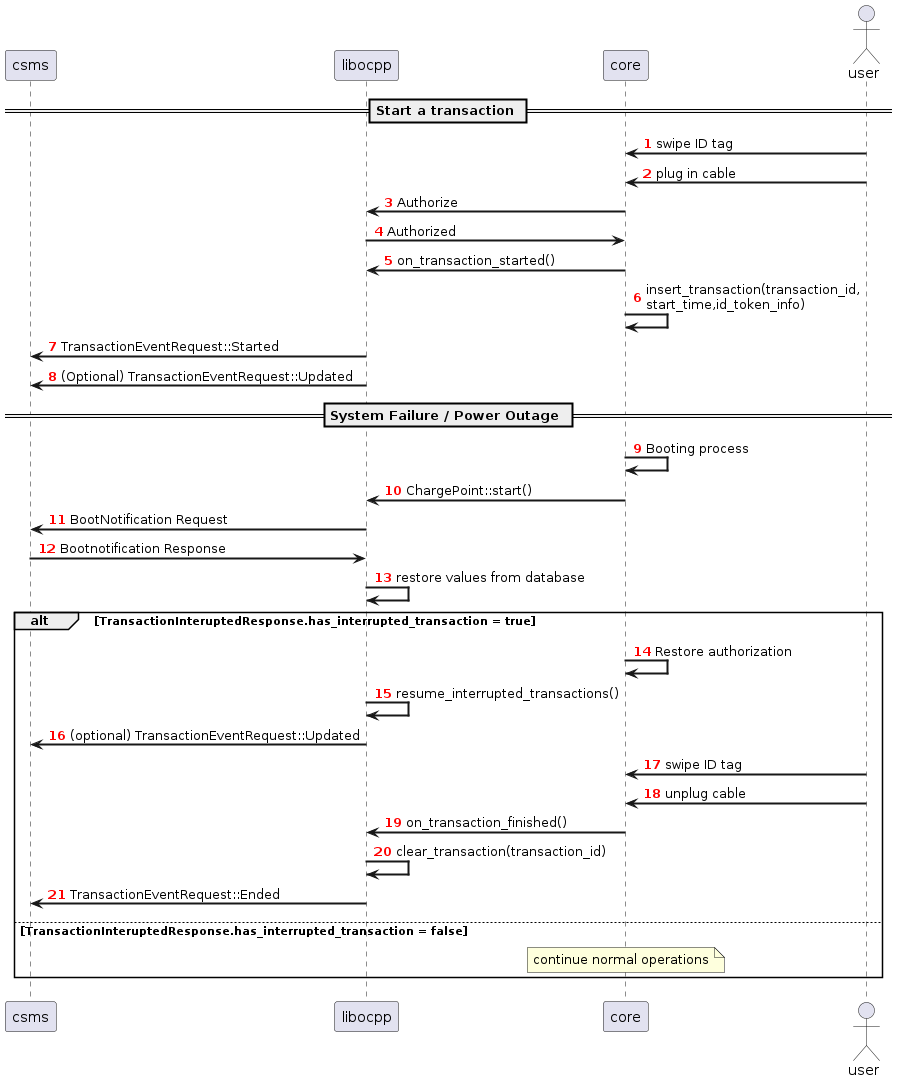
Above: doc/resumeInterruptedTransactions/resumeInterruptedTransactions.png in EVerest/libocpp (PlantUML), before the change.
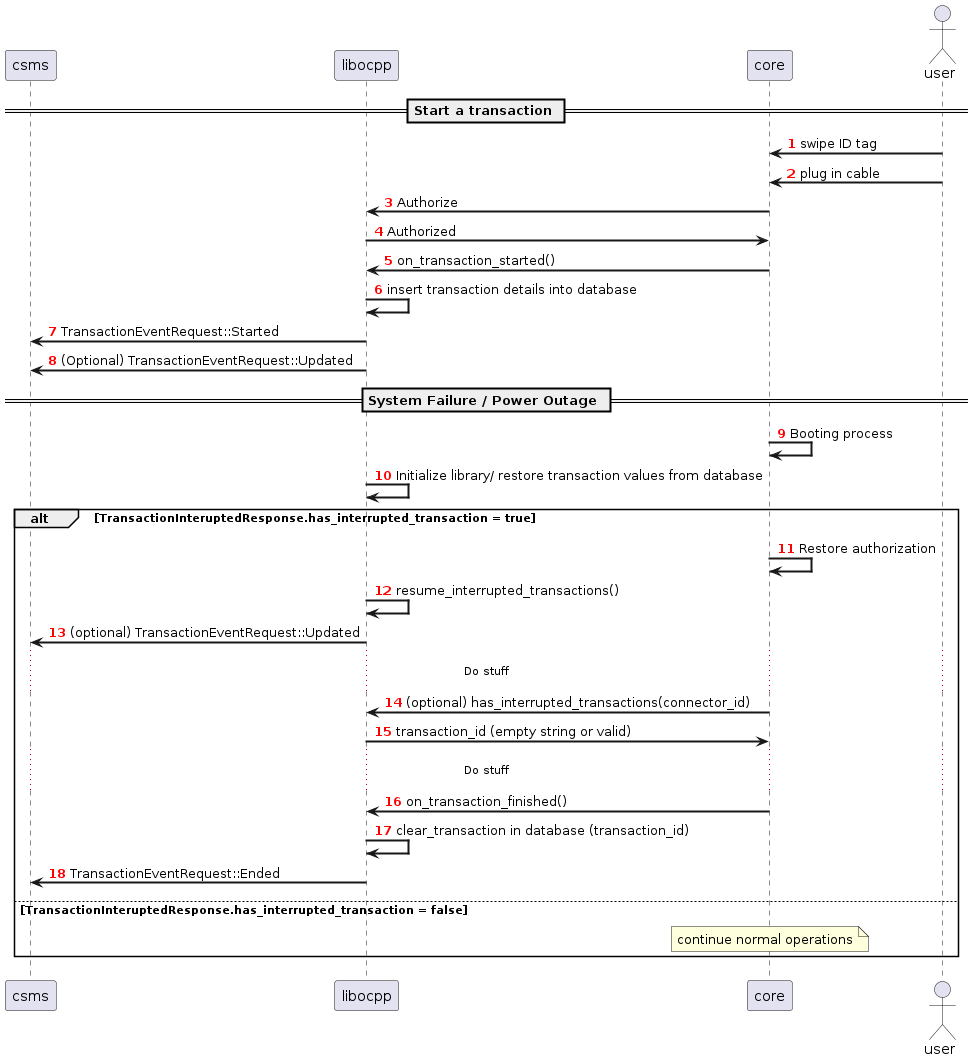
The same diagram one commit later.

Commit message:
[doc] update sequence diagram

Change to the diagram source:
```diff
@@ -13,24 +13,23 @@
 core->libocpp: Authorize
 libocpp->core:Authorized
 core->libocpp: on_transaction_started()
-core->core: insert_transaction(transaction_id,\nstart_time,id_token_info)
+libocpp->libocpp: insert transaction details into database
 libocpp->csms: TransactionEventRequest::Started
 libocpp->csms: (Optional) TransactionEventRequest::Updated
 
 == System Failure / Power Outage ==
 core->core: Booting process
-core->libocpp: ChargePoint::start()
-libocpp->csms: BootNotification Request
-csms->libocpp: Bootnotification Response
-libocpp->libocpp: restore values from database
+libocpp->libocpp: Initialize library/ restore transaction values from database
 alt TransactionInteruptedResponse.has_interrupted_transaction = true
 core->core: Restore authorization
 libocpp->libocpp: resume_interrupted_transactions()
 libocpp->csms: (optional) TransactionEventRequest::Updated
-user->core: swipe ID tag
-user->core: unplug cable
+... Do stuff ...
+core->libocpp: (optional) has_interrupted_transactions(connector_id)
+libocpp->core: transaction_id (empty string or valid)
+... Do stuff ...
 core->libocpp: on_transaction_finished()
-libocpp->libocpp: clear_transaction(transaction_id)
+libocpp->libocpp: clear_transaction in database (transaction_id)
 libocpp->csms: TransactionEventRequest::Ended
 
 else TransactionInteruptedResponse.has_interrupted_transaction = false
```
